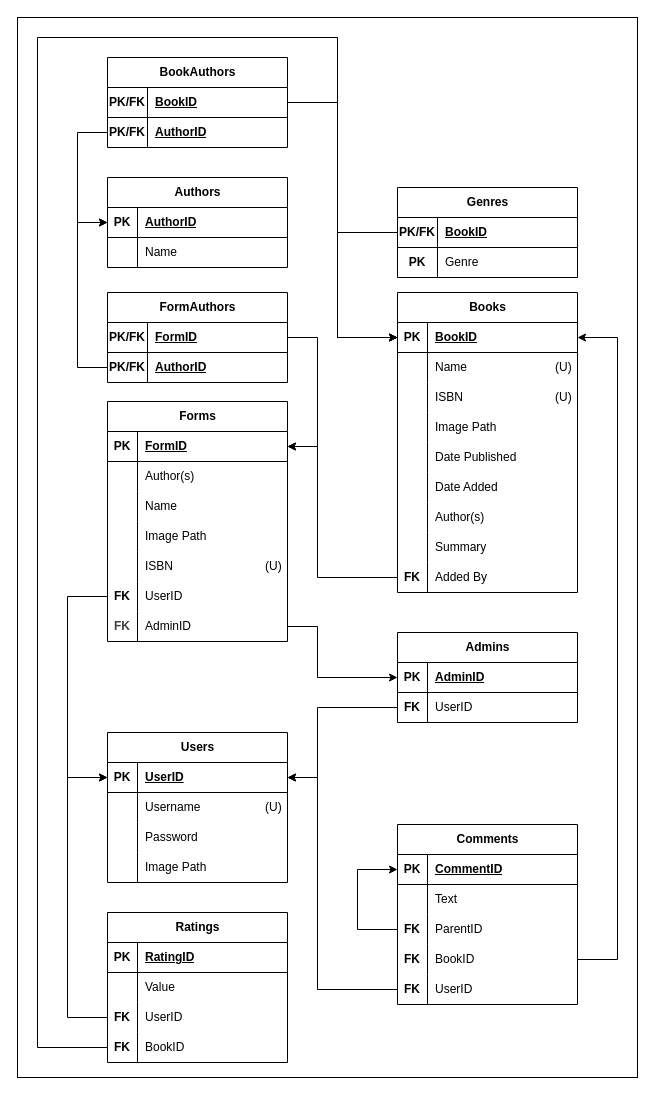
Earlier version of the draw.io diagram BDB_RM.drawio (theinsurgentarchive/BDB). Source tidied: cells renumbered, new cells numbered last; positions are measured from the earlier drawing's top-left corner, leaving out a move shared by most shapes. Both pictures are drawn from the tidied source at 100%, with x=0, y=0 at pixel (17, 17).
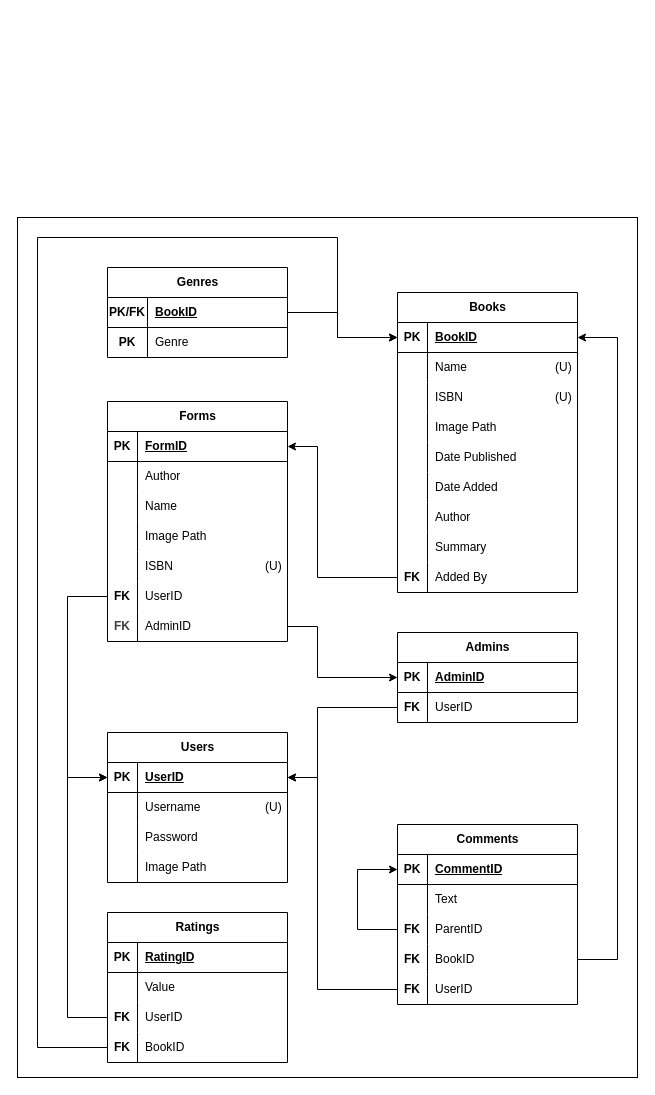
Above is the later version.

Commit message (it also covers changes not shown here):
reverted changes to ERD, RM, and Create_SQL

Unchanged cells that the change refers to:
```xml
<mxCell id="26" style="shape=tableRow;horizontal=0;startSize=0;swimlaneHead=0;swimlaneBody=0;fillColor=none;points=[[0,0.5],[1,0.5]];portConstraint=eastwest;top=0;left=0;right=0;bottom=1;" parent="25" vertex="1">
  <mxGeometry y="30" width="180" height="30" as="geometry" />
</mxCell>
<mxCell id="29" style="shape=tableRow;horizontal=0;startSize=0;swimlaneHead=0;swimlaneBody=0;fillColor=none;top=0;left=0;right=0;bottom=0;" parent="25" vertex="1">
  <mxGeometry y="60" width="180" height="30" as="geometry" />
</mxCell>
<mxCell id="58" style="shape=tableRow;horizontal=0;startSize=0;swimlaneHead=0;swimlaneBody=0;fillColor=none;points=[[0,0.5],[1,0.5]];portConstraint=eastwest;top=0;left=0;right=0;bottom=0;" parent="48" vertex="1">
  <mxGeometry y="120" width="180" height="30" as="geometry" />
</mxCell>
<mxCell id="81" style="shape=tableRow;horizontal=0;startSize=0;swimlaneHead=0;swimlaneBody=0;fillColor=none;points=[[0,0.5],[1,0.5]];portConstraint=eastwest;top=0;left=0;right=0;bottom=1;" parent="80" vertex="1">
  <mxGeometry y="30" width="180" height="30" as="geometry" />
</mxCell>
<mxCell id="99" style="shape=tableRow;horizontal=0;startSize=0;swimlaneHead=0;swimlaneBody=0;fillColor=none;top=0;left=0;right=0;bottom=0;" parent="80" vertex="1">
  <mxGeometry y="210" width="180" height="30" as="geometry" />
</mxCell>
<mxCell id="113" style="shape=tableRow;horizontal=0;startSize=0;swimlaneHead=0;swimlaneBody=0;fillColor=none;points=[[0,0.5],[1,0.5]];portConstraint=eastwest;top=0;left=0;right=0;bottom=1;" parent="112" vertex="1">
  <mxGeometry y="30" width="180" height="30" as="geometry" />
</mxCell>
```

What changed in the source:
```diff
@@
     <mxCell id="2" style="rounded=0;whiteSpace=wrap;html=1;" parent="1" vertex="1">
-      <mxGeometry width="620" height="1060" as="geometry" />
+      <mxGeometry y="200" width="620" height="860" as="geometry" />
     </mxCell>
@@
-    <mxCell id="31" value="Author(s)" style="shape=partialRectangle;fillColor=none;top=0;left=0;bottom=0;right=0;align=left;spacingLeft=6;overflow=hidden;whiteSpace=wrap;html=1;" parent="29" vertex="1">
+    <mxCell id="31" value="Author" style="shape=partialRectangle;fillColor=none;top=0;left=0;bottom=0;right=0;align=left;spacingLeft=6;overflow=hidden;whiteSpace=wrap;html=1;" parent="29" vertex="1">
       <mxGeometry x="30" width="150" height="30" as="geometry" />
     </mxCell>
@@
-    <mxCell id="101" value="Author(s)" style="shape=partialRectangle;fillColor=none;top=0;left=0;bottom=0;right=0;align=left;spacingLeft=6;overflow=hidden;whiteSpace=wrap;html=1;" parent="99" vertex="1">
+    <mxCell id="101" value="Author" style="shape=partialRectangle;fillColor=none;top=0;left=0;bottom=0;right=0;align=left;spacingLeft=6;overflow=hidden;whiteSpace=wrap;html=1;" parent="99" vertex="1">
       <mxGeometry x="30" width="150" height="30" as="geometry" />
     </mxCell>
@@
     <mxCell id="108" style="edgeStyle=none;html=1;entryX=0;entryY=0.5;entryDx=0;entryDy=0;exitX=0;exitY=0.5;exitDx=0;exitDy=0;rounded=0;curved=0;" parent="1" edge="1" source="58" target="81">
       <mxGeometry relative="1" as="geometry">
         <Array as="points">
           <mxPoint x="20" y="1030" />
-          <mxPoint x="20" y="20" />
-          <mxPoint x="320" y="20" />
+          <mxPoint x="20" y="220" />
+          <mxPoint x="320" y="220" />
           <mxPoint x="320" y="320" />
         </Array>
       </mxGeometry>
     </mxCell>
@@
-    <mxCell id="111" style="edgeStyle=none;html=1;exitX=0;exitY=0.5;exitDx=0;exitDy=0;rounded=0;curved=0;" parent="1" edge="1" source="112">
+    <mxCell id="111" style="edgeStyle=none;html=1;exitX=1;exitY=0.5;exitDx=0;exitDy=0;rounded=0;curved=0;" parent="1" edge="1" source="113">
       <mxGeometry relative="1" as="geometry">
         <mxPoint x="380" y="320" as="targetPoint" />
         <Array as="points">
-          <mxPoint x="320" y="215" />
+          <mxPoint x="320" y="295" />
           <mxPoint x="320" y="320" />
         </Array>
       </mxGeometry>
     </mxCell>
     <mxCell id="112" value="Genres" style="shape=table;startSize=30;childLayout=tableLayout;rowLines=0;fontStyle=1;align=center;html=1;" parent="1" vertex="1">
-      <mxGeometry x="380" y="170" width="180" height="90" as="geometry" />
+      <mxGeometry x="90" y="250" width="180" height="90" as="geometry" />
     </mxCell>
@@
-    <mxCell id="119" value="Authors" style="shape=table;startSize=30;childLayout=tableLayout;rowLines=0;fontStyle=1;align=center;html=1;" parent="1" vertex="1">
-      <mxGeometry x="90" y="160" width="180" height="90" as="geometry" />
-    </mxCell>
-    <mxCell id="120" style="shape=tableRow;horizontal=0;startSize=0;swimlaneHead=0;swimlaneBody=0;fillColor=none;points=[[0,0.5],[1,0.5]];portConstraint=eastwest;top=0;left=0;right=0;bottom=1;" parent="119" vertex="1">
-      <mxGeometry y="30" width="180" height="30" as="geometry" />
-    </mxCell>
-    <mxCell id="121" value="PK" style="shape=partialRectangle;fillColor=none;top=0;left=0;bottom=0;right=0;fontStyle=1;overflow=hidden;whiteSpace=wrap;html=1;" parent="120" vertex="1">
-      <mxGeometry width="30" height="30" as="geometry" />
-    </mxCell>
-    <mxCell id="122" value="AuthorID" style="shape=partialRectangle;fillColor=none;top=0;left=0;bottom=0;right=0;align=left;spacingLeft=6;fontStyle=5;overflow=hidden;whiteSpace=wrap;html=1;" parent="120" vertex="1">
-      <mxGeometry x="30" width="150" height="30" as="geometry" />
-    </mxCell>
-    <mxCell id="123" style="shape=tableRow;horizontal=0;startSize=0;swimlaneHead=0;swimlaneBody=0;fillColor=none;top=0;left=0;right=0;bottom=0;" parent="119" vertex="1">
-      <mxGeometry y="60" width="180" height="30" as="geometry" />
-    </mxCell>
-    <mxCell id="124" style="shape=partialRectangle;fillColor=none;top=0;left=0;bottom=0;right=0;overflow=hidden;whiteSpace=wrap;html=1;" parent="123" vertex="1">
-      <mxGeometry width="30" height="30" as="geometry" />
-    </mxCell>
-    <mxCell id="125" value="Name" style="shape=partialRectangle;fillColor=none;top=0;left=0;bottom=0;right=0;align=left;spacingLeft=6;overflow=hidden;whiteSpace=wrap;html=1;" parent="123" vertex="1">
-      <mxGeometry x="30" width="150" height="30" as="geometry" />
-    </mxCell>
-    <mxCell id="126" value="BookAuthors" style="shape=table;startSize=30;childLayout=tableLayout;rowLines=0;fontStyle=1;align=center;html=1;" parent="1" vertex="1">
-      <mxGeometry x="90" y="40" width="180" height="90" as="geometry" />
-    </mxCell>
-    <mxCell id="127" style="shape=tableRow;horizontal=0;startSize=0;swimlaneHead=0;swimlaneBody=0;fillColor=none;points=[[0,0.5],[1,0.5]];portConstraint=eastwest;top=0;left=0;right=0;bottom=1;" parent="126" vertex="1">
-      <mxGeometry y="30" width="180" height="30" as="geometry" />
-    </mxCell>
-    <mxCell id="128" value="PK/FK" style="shape=partialRectangle;fillColor=none;top=0;left=0;bottom=0;right=0;fontStyle=1;overflow=hidden;whiteSpace=wrap;html=1;" parent="127" vertex="1">
-      <mxGeometry width="40" height="30" as="geometry" />
-    </mxCell>
-    <mxCell id="129" value="BookID" style="shape=partialRectangle;fillColor=none;top=0;left=0;bottom=0;right=0;align=left;spacingLeft=6;fontStyle=5;overflow=hidden;whiteSpace=wrap;html=1;" parent="127" vertex="1">
-      <mxGeometry x="40" width="140" height="30" as="geometry" />
-    </mxCell>
-    <mxCell id="130" style="shape=tableRow;horizontal=0;startSize=0;swimlaneHead=0;swimlaneBody=0;fillColor=none;points=[[0,0.5],[1,0.5]];portConstraint=eastwest;top=0;left=0;right=0;bottom=0;" parent="126" vertex="1">
-      <mxGeometry y="60" width="180" height="30" as="geometry" />
-    </mxCell>
-    <mxCell id="131" value="&lt;b&gt;&lt;font style=&quot;color: rgb(0, 0, 0);&quot;&gt;PK/FK&lt;/font&gt;&lt;/b&gt;" style="shape=partialRectangle;fillColor=none;top=0;left=0;bottom=0;right=0;overflow=hidden;whiteSpace=wrap;html=1;" parent="130" vertex="1">
-      <mxGeometry width="40" height="30" as="geometry" />
-    </mxCell>
-    <mxCell id="132" value="&lt;b&gt;&lt;u&gt;&lt;font style=&quot;color: rgb(0, 0, 0);&quot;&gt;AuthorID&lt;/font&gt;&lt;/u&gt;&lt;/b&gt;" style="shape=partialRectangle;fillColor=none;top=0;left=0;bottom=0;right=0;align=left;spacingLeft=6;overflow=hidden;whiteSpace=wrap;html=1;" parent="130" vertex="1">
-      <mxGeometry x="40" width="140" height="30" as="geometry" />
-    </mxCell>
-    <mxCell id="133" style="edgeStyle=none;html=1;entryX=0;entryY=0.5;entryDx=0;entryDy=0;exitX=1;exitY=0.5;exitDx=0;exitDy=0;rounded=0;curved=0;" parent="1" edge="1" source="127" target="81">
-      <mxGeometry relative="1" as="geometry">
-        <Array as="points">
-          <mxPoint x="320" y="85" />
-          <mxPoint x="320" y="320" />
-        </Array>
-      </mxGeometry>
-    </mxCell>
-    <mxCell id="134" style="edgeStyle=none;html=1;entryX=0;entryY=0.5;entryDx=0;entryDy=0;exitX=0;exitY=0.5;exitDx=0;exitDy=0;rounded=0;curved=0;" parent="1" edge="1" source="130" target="120">
-      <mxGeometry relative="1" as="geometry">
-        <Array as="points">
-          <mxPoint x="60" y="115" />
-          <mxPoint x="60" y="205" />
-        </Array>
-      </mxGeometry>
-    </mxCell>
-    <mxCell id="135" value="FormAuthors" style="shape=table;startSize=30;childLayout=tableLayout;rowLines=0;fontStyle=1;align=center;html=1;" parent="1" vertex="1">
-      <mxGeometry x="90" y="275" width="180" height="90" as="geometry" />
-    </mxCell>
-    <mxCell id="136" style="shape=tableRow;horizontal=0;startSize=0;swimlaneHead=0;swimlaneBody=0;fillColor=none;points=[[0,0.5],[1,0.5]];portConstraint=eastwest;top=0;left=0;right=0;bottom=1;" parent="135" vertex="1">
-      <mxGeometry y="30" width="180" height="30" as="geometry" />
-    </mxCell>
-    <mxCell id="137" value="PK/FK" style="shape=partialRectangle;fillColor=none;top=0;left=0;bottom=0;right=0;fontStyle=1;overflow=hidden;whiteSpace=wrap;html=1;" parent="136" vertex="1">
-      <mxGeometry width="40" height="30" as="geometry" />
-    </mxCell>
-    <mxCell id="138" value="FormID" style="shape=partialRectangle;fillColor=none;top=0;left=0;bottom=0;right=0;align=left;spacingLeft=6;fontStyle=5;overflow=hidden;whiteSpace=wrap;html=1;" parent="136" vertex="1">
-      <mxGeometry x="40" width="140" height="30" as="geometry" />
-    </mxCell>
-    <mxCell id="139" style="shape=tableRow;horizontal=0;startSize=0;swimlaneHead=0;swimlaneBody=0;fillColor=none;points=[[0,0.5],[1,0.5]];portConstraint=eastwest;top=0;left=0;right=0;bottom=0;" parent="135" vertex="1">
-      <mxGeometry y="60" width="180" height="30" as="geometry" />
-    </mxCell>
-    <mxCell id="140" value="&lt;b&gt;&lt;font style=&quot;color: rgb(0, 0, 0);&quot;&gt;PK/FK&lt;/font&gt;&lt;/b&gt;" style="shape=partialRectangle;fillColor=none;top=0;left=0;bottom=0;right=0;overflow=hidden;whiteSpace=wrap;html=1;" parent="139" vertex="1">
-      <mxGeometry width="40" height="30" as="geometry" />
-    </mxCell>
-    <mxCell id="141" value="&lt;b&gt;&lt;font style=&quot;color: rgb(0, 0, 0);&quot;&gt;&lt;u style=&quot;&quot;&gt;AuthorID&lt;/u&gt;&lt;/font&gt;&lt;/b&gt;" style="shape=partialRectangle;fillColor=none;top=0;left=0;bottom=0;right=0;align=left;spacingLeft=6;overflow=hidden;whiteSpace=wrap;html=1;" parent="139" vertex="1">
-      <mxGeometry x="40" width="140" height="30" as="geometry" />
-    </mxCell>
-    <mxCell id="142" style="edgeStyle=none;html=1;entryX=1;entryY=0.5;entryDx=0;entryDy=0;exitX=1;exitY=0.5;exitDx=0;exitDy=0;rounded=0;curved=0;" parent="1" edge="1" source="136" target="26">
-      <mxGeometry relative="1" as="geometry">
-        <Array as="points">
-          <mxPoint x="300" y="320" />
-          <mxPoint x="300" y="429" />
-        </Array>
-      </mxGeometry>
-    </mxCell>
-    <mxCell id="143" style="edgeStyle=none;html=1;entryX=0;entryY=0.5;entryDx=0;entryDy=0;exitX=0;exitY=0.5;exitDx=0;exitDy=0;rounded=0;curved=0;" parent="1" edge="1" source="139" target="120">
-      <mxGeometry relative="1" as="geometry">
-        <Array as="points">
-          <mxPoint x="60" y="350" />
-          <mxPoint x="60" y="205" />
-        </Array>
-      </mxGeometry>
-    </mxCell>
```
